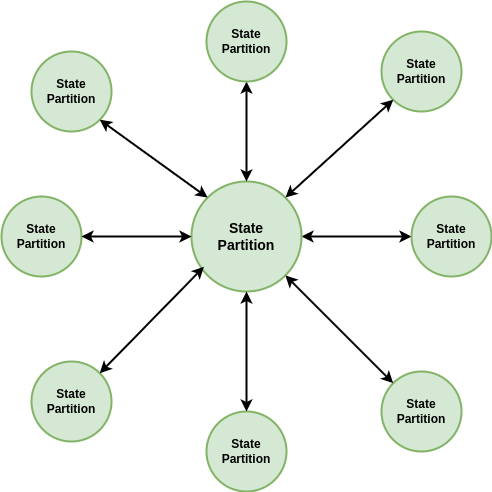
This is assets/dexetera/dexetera-star-state-partition-graph.drawio.png from umbralcalc/umbralcalc.github.io, a draw.io export, as it was before one commit. Source tidied: cells renumbered, new cells last; positions are measured from the earlier drawing's top-left corner, leaving out a move shared by most shapes. Source of this version:
```xml
<mxGraphModel>
  <root>
    <mxCell id="0" />
    <mxCell id="1" parent="0" />
    <mxCell id="2" style="edgeStyle=orthogonalEdgeStyle;rounded=0;jettySize=auto;html=1;entryX=0;entryY=0.5;entryDx=0;entryDy=0;strokeWidth=2;startArrow=classic;startFill=1;" parent="1" edge="1" source="3" target="18">
      <mxGeometry relative="1" as="geometry" />
    </mxCell>
    <mxCell id="3" value="&lt;b style=&quot;&quot;&gt;&lt;font style=&quot;font-size: 14px;&quot; face=&quot;Helvetica&quot;&gt;State&lt;br&gt;Partition&lt;/font&gt;&lt;/b&gt;" style="ellipse;whiteSpace=wrap;html=1;fillColor=#d5e8d4;strokeColor=#82b366;strokeWidth=2;" parent="1" vertex="1">
      <mxGeometry x="190" y="180" width="110" height="110" as="geometry" />
    </mxCell>
    <mxCell id="4" value="&lt;b style=&quot;&quot;&gt;&lt;font face=&quot;Helvetica&quot;&gt;State&lt;br&gt;Partition&lt;/font&gt;&lt;/b&gt;" style="ellipse;whiteSpace=wrap;html=1;fillColor=#d5e8d4;strokeColor=#82b366;strokeWidth=2;" parent="1" vertex="1">
      <mxGeometry x="380" y="370" width="80" height="80" as="geometry" />
    </mxCell>
    <mxCell id="5" value="&lt;b style=&quot;&quot;&gt;&lt;font face=&quot;Helvetica&quot;&gt;State&lt;br&gt;Partition&lt;/font&gt;&lt;/b&gt;" style="ellipse;whiteSpace=wrap;html=1;fillColor=#d5e8d4;strokeColor=#82b366;strokeWidth=2;" parent="1" vertex="1">
      <mxGeometry x="30" y="360" width="80" height="80" as="geometry" />
    </mxCell>
    <mxCell id="6" style="endArrow=classic;startArrow=classic;html=1;rounded=0;entryX=0;entryY=0;entryDx=0;entryDy=0;strokeWidth=2;exitX=1;exitY=1;exitDx=0;exitDy=0;" parent="1" edge="1" source="3" target="4">
      <mxGeometry relative="1" as="geometry" />
    </mxCell>
    <mxCell id="7" style="endArrow=classic;startArrow=classic;html=1;rounded=0;entryX=0.5;entryY=0;entryDx=0;entryDy=0;strokeWidth=2;" parent="1" edge="1" source="12" target="3">
      <mxGeometry relative="1" as="geometry" />
    </mxCell>
    <mxCell id="8" value="&lt;b style=&quot;&quot;&gt;&lt;font face=&quot;Helvetica&quot;&gt;State&lt;br&gt;Partition&lt;/font&gt;&lt;/b&gt;" style="ellipse;whiteSpace=wrap;html=1;fillColor=#d5e8d4;strokeColor=#82b366;strokeWidth=2;" parent="1" vertex="1">
      <mxGeometry x="205" y="410" width="80" height="80" as="geometry" />
    </mxCell>
    <mxCell id="9" style="endArrow=classic;startArrow=classic;html=1;rounded=0;entryX=0.5;entryY=1;entryDx=0;entryDy=0;strokeWidth=2;exitX=0.5;exitY=0;exitDx=0;exitDy=0;" parent="1" edge="1" source="8" target="3">
      <mxGeometry relative="1" as="geometry" />
    </mxCell>
    <mxCell id="10" value="&lt;b style=&quot;&quot;&gt;&lt;font face=&quot;Helvetica&quot;&gt;State&lt;br&gt;Partition&lt;/font&gt;&lt;/b&gt;" style="ellipse;whiteSpace=wrap;html=1;fillColor=#d5e8d4;strokeColor=#82b366;strokeWidth=2;" parent="1" vertex="1">
      <mxGeometry x="380" y="30" width="80" height="80" as="geometry" />
    </mxCell>
    <mxCell id="11" value="&lt;b style=&quot;&quot;&gt;&lt;font face=&quot;Helvetica&quot;&gt;State&lt;br&gt;Partition&lt;/font&gt;&lt;/b&gt;" style="ellipse;whiteSpace=wrap;html=1;fillColor=#d5e8d4;strokeColor=#82b366;strokeWidth=2;" parent="1" vertex="1">
      <mxGeometry y="195" width="80" height="80" as="geometry" />
    </mxCell>
    <mxCell id="12" value="&lt;b style=&quot;&quot;&gt;&lt;font face=&quot;Helvetica&quot;&gt;State&lt;br&gt;Partition&lt;/font&gt;&lt;/b&gt;" style="ellipse;whiteSpace=wrap;html=1;fillColor=#d5e8d4;strokeColor=#82b366;strokeWidth=2;" parent="1" vertex="1">
      <mxGeometry x="205" width="80" height="80" as="geometry" />
    </mxCell>
    <mxCell id="13" style="endArrow=classic;startArrow=classic;html=1;rounded=0;entryX=1;entryY=0;entryDx=0;entryDy=0;strokeWidth=2;exitX=0;exitY=1;exitDx=0;exitDy=0;" parent="1" edge="1" source="10" target="3">
      <mxGeometry relative="1" as="geometry" />
    </mxCell>
    <mxCell id="14" style="endArrow=classic;startArrow=classic;html=1;rounded=0;entryX=0;entryY=0.5;entryDx=0;entryDy=0;strokeWidth=2;" parent="1" edge="1" source="11" target="3">
      <mxGeometry relative="1" as="geometry" />
    </mxCell>
    <mxCell id="15" value="&lt;b style=&quot;&quot;&gt;&lt;font face=&quot;Helvetica&quot;&gt;State&lt;br&gt;Partition&lt;/font&gt;&lt;/b&gt;" style="ellipse;whiteSpace=wrap;html=1;fillColor=#d5e8d4;strokeColor=#82b366;strokeWidth=2;" parent="1" vertex="1">
      <mxGeometry x="30" y="50" width="80" height="80" as="geometry" />
    </mxCell>
    <mxCell id="16" style="endArrow=classic;startArrow=classic;html=1;rounded=0;entryX=1;entryY=0;entryDx=0;entryDy=0;strokeWidth=2;exitX=0.113;exitY=0.775;exitDx=0;exitDy=0;exitPerimeter=0;" parent="1" edge="1" source="3" target="5">
      <mxGeometry relative="1" as="geometry" />
    </mxCell>
    <mxCell id="17" style="endArrow=classic;startArrow=classic;html=1;rounded=0;entryX=0;entryY=0;entryDx=0;entryDy=0;strokeWidth=2;exitX=1;exitY=1;exitDx=0;exitDy=0;" parent="1" edge="1" source="15" target="3">
      <mxGeometry relative="1" as="geometry" />
    </mxCell>
    <mxCell id="18" value="&lt;b style=&quot;&quot;&gt;&lt;font face=&quot;Helvetica&quot;&gt;State&lt;br&gt;Partition&lt;/font&gt;&lt;/b&gt;" style="ellipse;whiteSpace=wrap;html=1;fillColor=#d5e8d4;strokeColor=#82b366;strokeWidth=2;" parent="1" vertex="1">
      <mxGeometry x="410" y="195" width="80" height="80" as="geometry" />
    </mxCell>
  </root>
</mxGraphModel>
```
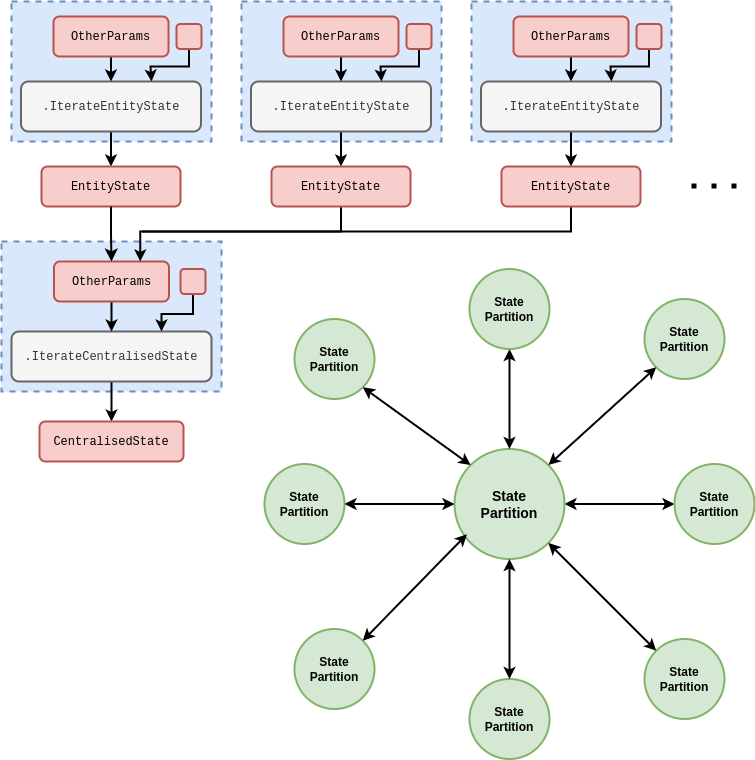
The same diagram one commit later.

The edit, as a diff of the source:
```diff
@@ -53,5 +53,148 @@
     <mxCell id="18" value="&lt;b style=&quot;&quot;&gt;&lt;font face=&quot;Helvetica&quot;&gt;State&lt;br&gt;Partition&lt;/font&gt;&lt;/b&gt;" style="ellipse;whiteSpace=wrap;html=1;fillColor=#d5e8d4;strokeColor=#82b366;strokeWidth=2;" parent="1" vertex="1">
       <mxGeometry x="410" y="195" width="80" height="80" as="geometry" />
     </mxCell>
+    <mxCell id="19" style="rounded=0;whiteSpace=wrap;html=1;dashed=1;strokeWidth=2;fillColor=#dae8fc;strokeColor=#6c8ebf;" parent="1" vertex="1">
+      <mxGeometry x="-253" y="-267.5" width="200" height="140" as="geometry" />
+    </mxCell>
+    <mxCell id="20" style="edgeStyle=orthogonalEdgeStyle;rounded=0;jettySize=auto;html=1;strokeWidth=2;" parent="1" edge="1" source="21" target="22">
+      <mxGeometry relative="1" as="geometry" />
+    </mxCell>
+    <mxCell id="21" value="&lt;font face=&quot;Courier New&quot;&gt;.IterateEntityState&lt;/font&gt;" style="rounded=1;whiteSpace=wrap;html=1;strokeWidth=2;fillColor=#f5f5f5;fontColor=#333333;strokeColor=#666666;" parent="1" vertex="1">
+      <mxGeometry x="-243.5" y="-187.5" width="180" height="50" as="geometry" />
+    </mxCell>
+    <mxCell id="22" value="&lt;font face=&quot;Courier New&quot;&gt;EntityState&lt;/font&gt;" style="rounded=1;whiteSpace=wrap;html=1;strokeWidth=2;fillColor=#f8cecc;strokeColor=#b85450;" parent="1" vertex="1">
+      <mxGeometry x="-223" y="-102.5" width="139" height="40" as="geometry" />
+    </mxCell>
+    <mxCell id="23" style="edgeStyle=orthogonalEdgeStyle;rounded=0;jettySize=auto;html=1;entryX=0.5;entryY=0;entryDx=0;entryDy=0;strokeWidth=2;" parent="1" edge="1" source="24" target="21">
+      <mxGeometry relative="1" as="geometry" />
+    </mxCell>
+    <mxCell id="24" value="&lt;font face=&quot;Courier New&quot;&gt;OtherParams&lt;/font&gt;" style="rounded=1;whiteSpace=wrap;html=1;strokeWidth=2;fillColor=#f8cecc;strokeColor=#b85450;" parent="1" vertex="1">
+      <mxGeometry x="-211" y="-252.5" width="115" height="40" as="geometry" />
+    </mxCell>
+    <mxCell id="25" style="rounded=0;whiteSpace=wrap;html=1;dashed=1;strokeWidth=2;fillColor=#dae8fc;strokeColor=#6c8ebf;" parent="1" vertex="1">
+      <mxGeometry x="-263" y="-27.5" width="220" height="150" as="geometry" />
+    </mxCell>
+    <mxCell id="26" style="edgeStyle=orthogonalEdgeStyle;rounded=0;jettySize=auto;html=1;entryX=0.5;entryY=0;entryDx=0;entryDy=0;strokeWidth=2;" parent="1" edge="1" source="27" target="30">
+      <mxGeometry relative="1" as="geometry" />
+    </mxCell>
+    <mxCell id="27" value="&lt;font face=&quot;Courier New&quot;&gt;.IterateCentralisedState&lt;/font&gt;" style="rounded=1;whiteSpace=wrap;html=1;strokeWidth=2;fillColor=#f5f5f5;fontColor=#333333;strokeColor=#666666;" parent="1" vertex="1">
+      <mxGeometry x="-253" y="62.5" width="200" height="50" as="geometry" />
+    </mxCell>
+    <mxCell id="28" style="edgeStyle=orthogonalEdgeStyle;rounded=0;jettySize=auto;html=1;strokeWidth=2;" parent="1" edge="1" source="29" target="27">
+      <mxGeometry relative="1" as="geometry" />
+    </mxCell>
+    <mxCell id="29" value="&lt;font face=&quot;Courier New&quot;&gt;OtherParams&lt;/font&gt;" style="rounded=1;whiteSpace=wrap;html=1;strokeWidth=2;fillColor=#f8cecc;strokeColor=#b85450;" parent="1" vertex="1">
+      <mxGeometry x="-210.5" y="-7.5" width="115" height="40" as="geometry" />
+    </mxCell>
+    <mxCell id="30" value="&lt;font face=&quot;Courier New&quot;&gt;CentralisedState&lt;/font&gt;" style="rounded=1;whiteSpace=wrap;html=1;strokeWidth=2;fillColor=#f8cecc;strokeColor=#b85450;" parent="1" vertex="1">
+      <mxGeometry x="-225" y="152.5" width="144" height="40" as="geometry" />
+    </mxCell>
+    <mxCell id="31" style="edgeStyle=orthogonalEdgeStyle;rounded=0;jettySize=auto;html=1;endSize=7;strokeWidth=2;" parent="1" edge="1" source="22" target="29">
+      <mxGeometry relative="1" as="geometry" />
+    </mxCell>
+    <mxCell id="32" style="edgeStyle=orthogonalEdgeStyle;rounded=0;jettySize=auto;html=1;entryX=0.75;entryY=0;entryDx=0;entryDy=0;strokeWidth=2;" parent="1" edge="1" source="33">
+      <mxGeometry relative="1" as="geometry">
+        <mxPoint x="-113" y="-187.5" as="targetPoint" />
+        <Array as="points">
+          <mxPoint x="-76" y="-202.5" />
+          <mxPoint x="-114" y="-202.5" />
+          <mxPoint x="-114" y="-187.5" />
+        </Array>
+      </mxGeometry>
+    </mxCell>
+    <mxCell id="33" style="rounded=1;whiteSpace=wrap;html=1;strokeWidth=2;fillColor=#f8cecc;strokeColor=#b85450;" parent="1" vertex="1">
+      <mxGeometry x="-88" y="-245" width="25" height="25" as="geometry" />
+    </mxCell>
+    <mxCell id="34" style="edgeStyle=orthogonalEdgeStyle;rounded=0;jettySize=auto;html=1;entryX=0.75;entryY=0;entryDx=0;entryDy=0;strokeWidth=2;" parent="1" edge="1" source="35" target="27">
+      <mxGeometry relative="1" as="geometry" />
+    </mxCell>
+    <mxCell id="35" style="rounded=1;whiteSpace=wrap;html=1;strokeWidth=2;fillColor=#f8cecc;strokeColor=#b85450;" parent="1" vertex="1">
+      <mxGeometry x="-84" width="25" height="25" as="geometry" />
+    </mxCell>
+    <mxCell id="36" style="rounded=0;whiteSpace=wrap;html=1;dashed=1;strokeWidth=2;fillColor=#dae8fc;strokeColor=#6c8ebf;" parent="1" vertex="1">
+      <mxGeometry x="-23" y="-267.5" width="200" height="140" as="geometry" />
+    </mxCell>
+    <mxCell id="37" style="edgeStyle=orthogonalEdgeStyle;rounded=0;jettySize=auto;html=1;strokeWidth=2;" parent="1" edge="1" source="38" target="40">
+      <mxGeometry relative="1" as="geometry" />
+    </mxCell>
+    <mxCell id="38" value="&lt;font face=&quot;Courier New&quot;&gt;.IterateEntityState&lt;/font&gt;" style="rounded=1;whiteSpace=wrap;html=1;strokeWidth=2;fillColor=#f5f5f5;fontColor=#333333;strokeColor=#666666;" parent="1" vertex="1">
+      <mxGeometry x="-13.5" y="-187.5" width="180" height="50" as="geometry" />
+    </mxCell>
+    <mxCell id="39" style="edgeStyle=orthogonalEdgeStyle;rounded=0;jettySize=auto;html=1;entryX=0.75;entryY=0;entryDx=0;entryDy=0;strokeWidth=2;" parent="1" edge="1" source="40" target="29">
+      <mxGeometry relative="1" as="geometry">
+        <Array as="points">
+          <mxPoint x="77" y="-37.5" />
+          <mxPoint x="-124" y="-37.5" />
+        </Array>
+      </mxGeometry>
+    </mxCell>
+    <mxCell id="40" value="&lt;font face=&quot;Courier New&quot;&gt;EntityState&lt;/font&gt;" style="rounded=1;whiteSpace=wrap;html=1;strokeWidth=2;fillColor=#f8cecc;strokeColor=#b85450;" parent="1" vertex="1">
+      <mxGeometry x="7" y="-102.5" width="139" height="40" as="geometry" />
+    </mxCell>
+    <mxCell id="41" style="edgeStyle=orthogonalEdgeStyle;rounded=0;jettySize=auto;html=1;entryX=0.5;entryY=0;entryDx=0;entryDy=0;strokeWidth=2;" parent="1" edge="1" source="42" target="38">
+      <mxGeometry relative="1" as="geometry" />
+    </mxCell>
+    <mxCell id="42" value="&lt;font face=&quot;Courier New&quot;&gt;OtherParams&lt;/font&gt;" style="rounded=1;whiteSpace=wrap;html=1;strokeWidth=2;fillColor=#f8cecc;strokeColor=#b85450;" parent="1" vertex="1">
+      <mxGeometry x="19" y="-252.5" width="115" height="40" as="geometry" />
+    </mxCell>
+    <mxCell id="43" style="edgeStyle=orthogonalEdgeStyle;rounded=0;jettySize=auto;html=1;entryX=0.75;entryY=0;entryDx=0;entryDy=0;strokeWidth=2;" parent="1" edge="1" source="44">
+      <mxGeometry relative="1" as="geometry">
+        <mxPoint x="117" y="-187.5" as="targetPoint" />
+        <Array as="points">
+          <mxPoint x="154" y="-202.5" />
+          <mxPoint x="116" y="-202.5" />
+          <mxPoint x="116" y="-187.5" />
+        </Array>
+      </mxGeometry>
+    </mxCell>
+    <mxCell id="44" style="rounded=1;whiteSpace=wrap;html=1;strokeWidth=2;fillColor=#f8cecc;strokeColor=#b85450;" parent="1" vertex="1">
+      <mxGeometry x="142" y="-245" width="25" height="25" as="geometry" />
+    </mxCell>
+    <mxCell id="45" style="rounded=0;whiteSpace=wrap;html=1;dashed=1;strokeWidth=2;fillColor=#dae8fc;strokeColor=#6c8ebf;" parent="1" vertex="1">
+      <mxGeometry x="207" y="-267.5" width="200" height="140" as="geometry" />
+    </mxCell>
+    <mxCell id="46" style="edgeStyle=orthogonalEdgeStyle;rounded=0;jettySize=auto;html=1;strokeWidth=2;" parent="1" edge="1" source="47" target="49">
+      <mxGeometry relative="1" as="geometry" />
+    </mxCell>
+    <mxCell id="47" value="&lt;font face=&quot;Courier New&quot;&gt;.IterateEntityState&lt;/font&gt;" style="rounded=1;whiteSpace=wrap;html=1;strokeWidth=2;fillColor=#f5f5f5;fontColor=#333333;strokeColor=#666666;" parent="1" vertex="1">
+      <mxGeometry x="216.5" y="-187.5" width="180" height="50" as="geometry" />
+    </mxCell>
+    <mxCell id="48" style="edgeStyle=orthogonalEdgeStyle;rounded=0;jettySize=auto;html=1;strokeWidth=2;endArrow=none;endFill=0;" parent="1" edge="1" source="49">
+      <mxGeometry relative="1" as="geometry">
+        <mxPoint x="77" y="-37.5" as="targetPoint" />
+        <Array as="points">
+          <mxPoint x="307" y="-37.5" />
+          <mxPoint x="-122" y="-37.5" />
+        </Array>
+      </mxGeometry>
+    </mxCell>
+    <mxCell id="49" value="&lt;font face=&quot;Courier New&quot;&gt;EntityState&lt;/font&gt;" style="rounded=1;whiteSpace=wrap;html=1;strokeWidth=2;fillColor=#f8cecc;strokeColor=#b85450;" parent="1" vertex="1">
+      <mxGeometry x="237" y="-102.5" width="139" height="40" as="geometry" />
+    </mxCell>
+    <mxCell id="50" style="edgeStyle=orthogonalEdgeStyle;rounded=0;jettySize=auto;html=1;entryX=0.5;entryY=0;entryDx=0;entryDy=0;strokeWidth=2;" parent="1" edge="1" source="51" target="47">
+      <mxGeometry relative="1" as="geometry" />
+    </mxCell>
+    <mxCell id="51" value="&lt;font face=&quot;Courier New&quot;&gt;OtherParams&lt;/font&gt;" style="rounded=1;whiteSpace=wrap;html=1;strokeWidth=2;fillColor=#f8cecc;strokeColor=#b85450;" parent="1" vertex="1">
+      <mxGeometry x="249" y="-252.5" width="115" height="40" as="geometry" />
+    </mxCell>
+    <mxCell id="52" style="edgeStyle=orthogonalEdgeStyle;rounded=0;jettySize=auto;html=1;entryX=0.75;entryY=0;entryDx=0;entryDy=0;strokeWidth=2;" parent="1" edge="1" source="53">
+      <mxGeometry relative="1" as="geometry">
+        <mxPoint x="347" y="-187.5" as="targetPoint" />
+        <Array as="points">
+          <mxPoint x="384" y="-202.5" />
+          <mxPoint x="346" y="-202.5" />
+          <mxPoint x="346" y="-187.5" />
+        </Array>
+      </mxGeometry>
+    </mxCell>
+    <mxCell id="53" style="rounded=1;whiteSpace=wrap;html=1;strokeWidth=2;fillColor=#f8cecc;strokeColor=#b85450;" parent="1" vertex="1">
+      <mxGeometry x="372" y="-245" width="25" height="25" as="geometry" />
+    </mxCell>
+    <mxCell id="54" style="endArrow=none;dashed=1;html=1;dashPattern=1 3;strokeWidth=5;rounded=0;" parent="1" edge="1">
+      <mxGeometry relative="1" as="geometry">
+        <mxPoint x="427" y="-83" as="sourcePoint" />
+        <mxPoint x="477" y="-83" as="targetPoint" />
+      </mxGeometry>
+    </mxCell>
   </root>
 </mxGraphModel>
```
